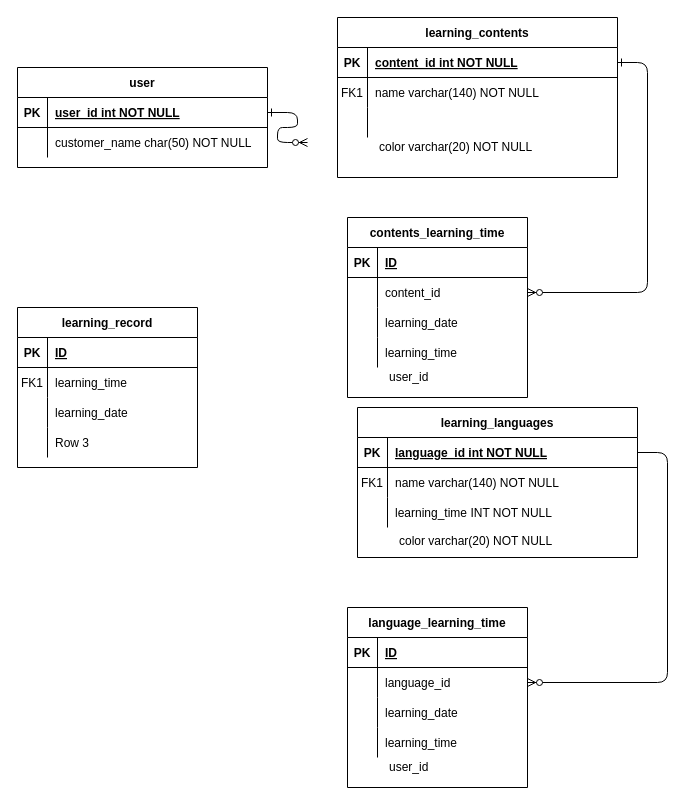
Above: webアプリテーブル設計.drawio in posse-ap/gen1.5-niijima1229 (draw.io), before the change. Source tidied: cells renumbered, new cells numbered last; positions are measured from the earlier drawing's top-left corner, leaving out a move shared by most shapes. Both pictures are drawn from the tidied source at 100%, with x=0, y=0 at pixel (17, 17).
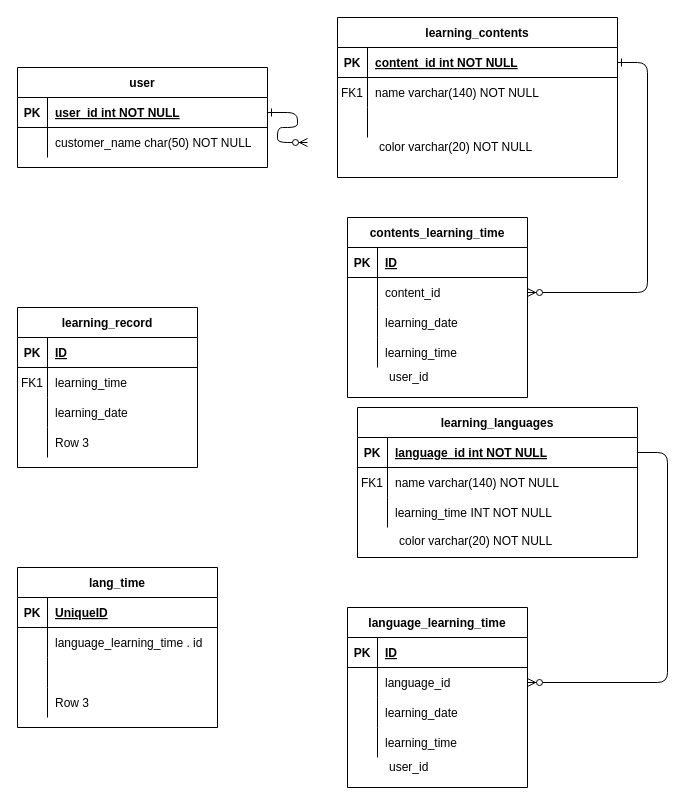
The same diagram, later.

Diff of the diagram source:
```diff
@@
+    <mxCell id="75" value="lang_time" style="shape=table;startSize=30;childLayout=tableLayout;rowLines=0;fontStyle=1;align=center;" parent="1" vertex="1">
+      <mxGeometry y="550" width="200" height="160" as="geometry" />
+    </mxCell>
+    <mxCell id="76" style="shape=partialRectangle;fillColor=none;top=0;left=0;bottom=1;right=0;" parent="75" vertex="1">
+      <mxGeometry y="30" width="200" height="30" as="geometry" />
+    </mxCell>
+    <mxCell id="77" value="PK" style="shape=partialRectangle;fillColor=none;top=0;left=0;bottom=0;right=0;fontStyle=1;overflow=hidden;" parent="76" vertex="1">
+      <mxGeometry width="30" height="30" as="geometry" />
+    </mxCell>
+    <mxCell id="78" value="UniqueID" style="shape=partialRectangle;fillColor=none;top=0;left=0;bottom=0;right=0;align=left;spacingLeft=6;fontStyle=5;overflow=hidden;" parent="76" vertex="1">
+      <mxGeometry x="30" width="170" height="30" as="geometry" />
+    </mxCell>
+    <mxCell id="79" style="shape=partialRectangle;fillColor=none;top=0;left=0;bottom=0;right=0;" parent="75" vertex="1">
+      <mxGeometry y="60" width="200" height="30" as="geometry" />
+    </mxCell>
+    <mxCell id="80" style="shape=partialRectangle;fillColor=none;top=0;left=0;bottom=0;right=0;overflow=hidden;" parent="79" vertex="1">
+      <mxGeometry width="30" height="30" as="geometry" />
+    </mxCell>
+    <mxCell id="81" value="language_learning_time . id" style="shape=partialRectangle;fillColor=none;top=0;left=0;bottom=0;right=0;align=left;spacingLeft=6;overflow=hidden;" parent="79" vertex="1">
+      <mxGeometry x="30" width="170" height="30" as="geometry" />
+    </mxCell>
+    <mxCell id="82" style="shape=partialRectangle;fillColor=none;top=0;left=0;bottom=0;right=0;" parent="75" vertex="1">
+      <mxGeometry y="90" width="200" height="30" as="geometry" />
+    </mxCell>
+    <mxCell id="83" style="shape=partialRectangle;fillColor=none;top=0;left=0;bottom=0;right=0;overflow=hidden;" parent="82" vertex="1">
+      <mxGeometry width="30" height="30" as="geometry" />
+    </mxCell>
+    <mxCell id="84" style="shape=partialRectangle;fillColor=none;top=0;left=0;bottom=0;right=0;align=left;spacingLeft=6;overflow=hidden;" parent="82" vertex="1">
+      <mxGeometry x="30" width="170" height="30" as="geometry" />
+    </mxCell>
+    <mxCell id="85" style="shape=partialRectangle;fillColor=none;top=0;left=0;bottom=0;right=0;" parent="75" vertex="1">
+      <mxGeometry y="120" width="200" height="30" as="geometry" />
+    </mxCell>
+    <mxCell id="86" style="shape=partialRectangle;fillColor=none;top=0;left=0;bottom=0;right=0;overflow=hidden;" parent="85" vertex="1">
+      <mxGeometry width="30" height="30" as="geometry" />
+    </mxCell>
+    <mxCell id="87" value="Row 3" style="shape=partialRectangle;fillColor=none;top=0;left=0;bottom=0;right=0;align=left;spacingLeft=6;overflow=hidden;" parent="85" vertex="1">
+      <mxGeometry x="30" width="170" height="30" as="geometry" />
+    </mxCell>
```
